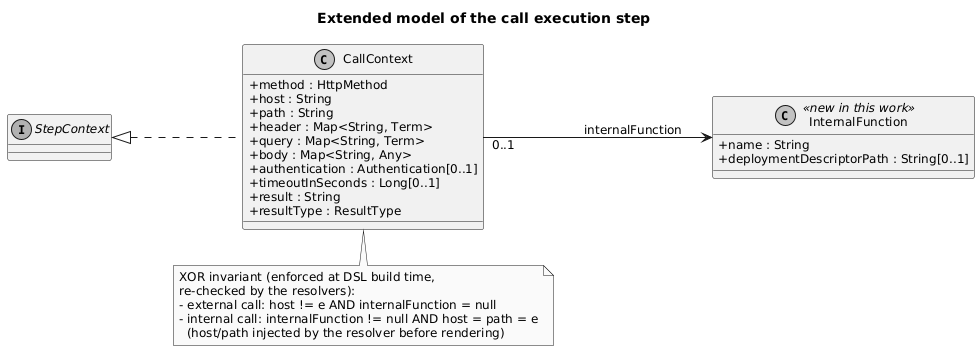
The PlantUML diagram dissertation/images/dsl-extension/call-step-model.png in EngenheiroPedroCarvalho/ISEL-Thesis-2526, before a commit.
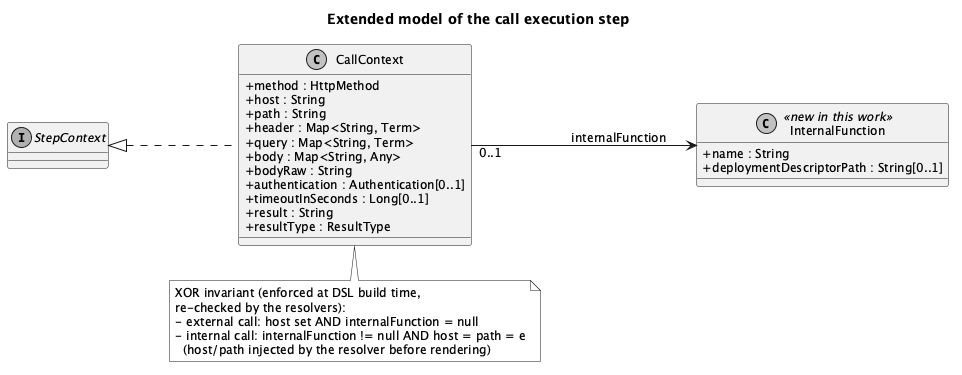
After the change.

What changed in the source:
```diff
@@ -15,6 +15,7 @@
   +header : Map<String, Term>
   +query : Map<String, Term>
   +body : Map<String, Any>
+  +bodyRaw : String
   +authentication : Authentication[0..1]
   +timeoutInSeconds : Long[0..1]
   +result : String
@@ -32,7 +33,7 @@
 note bottom of CallContext
   XOR invariant (enforced at DSL build time,
   re-checked by the resolvers):
-  - external call: host != e AND internalFunction = null
+  - external call: host set AND internalFunction = null
   - internal call: internalFunction != null AND host = path = e
     (host/path injected by the resolver before rendering)
 end note
```
